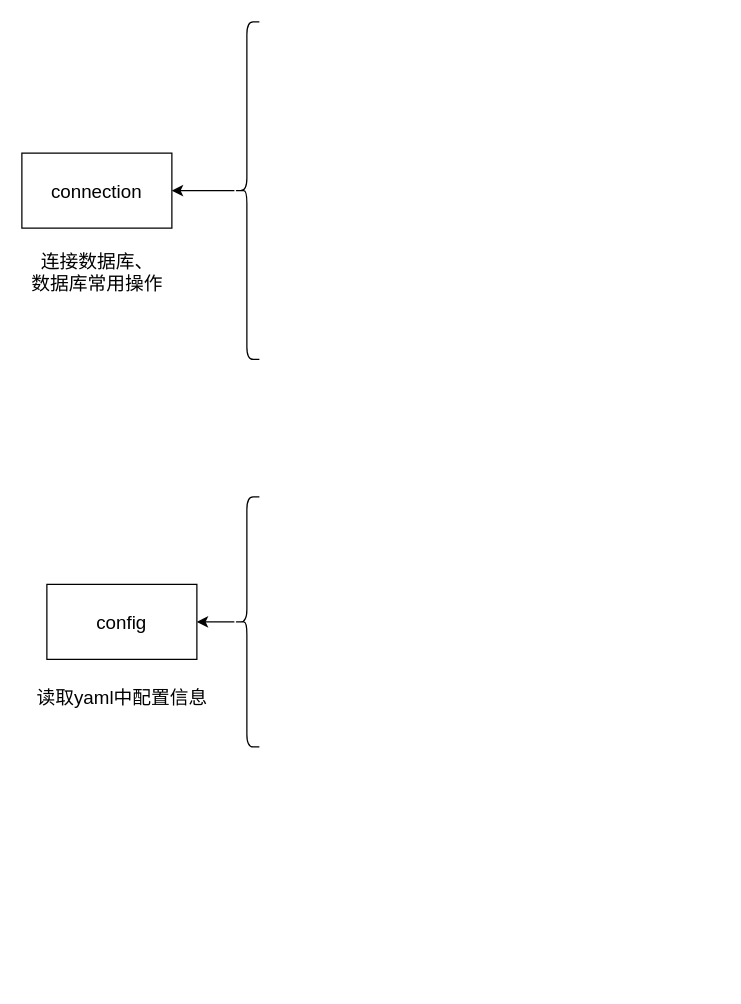
Before: Untitled Diagram.drawio in Jasmine-Lu/jasmine-L.github.io, a draw.io diagram. Source tidied: cells renumbered, new cells numbered last; positions are measured from the earlier drawing's top-left corner, leaving out a move shared by most shapes. Both pictures are drawn from the tidied source at 125%, with x=0, y=0 at pixel (21, 21).
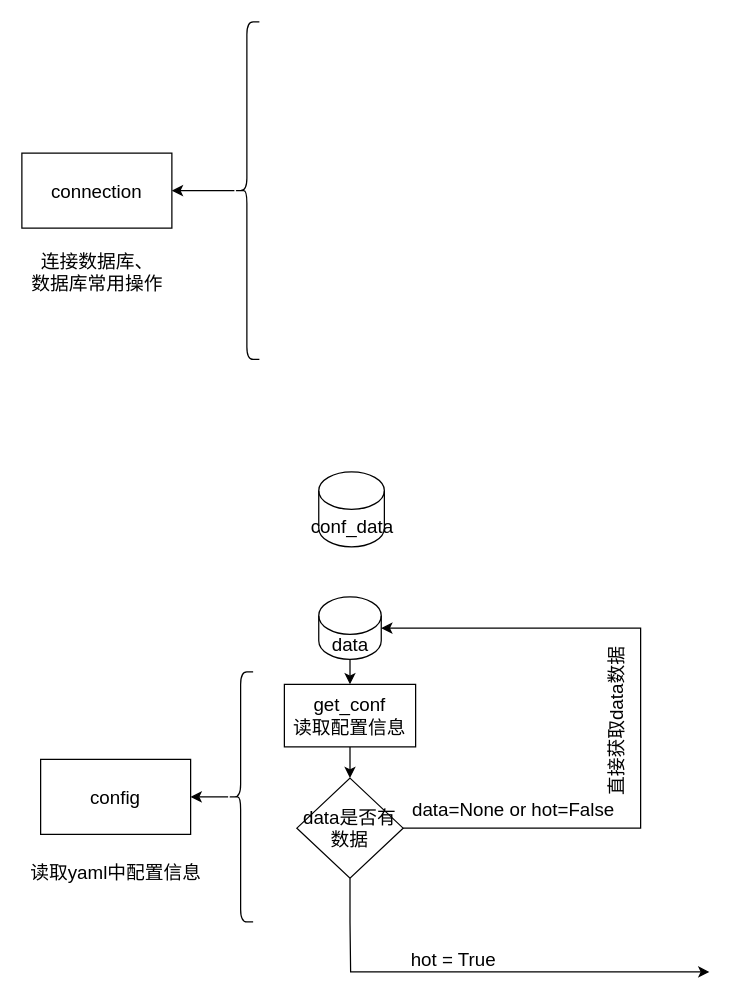
Above is the later version.

Diff of the diagram source:
```diff
@@
     <mxCell id="6" value="config" style="rounded=0;whiteSpace=wrap;html=1;fontSize=15;fontColor=none;" parent="1" vertex="1">
-      <mxGeometry x="20" y="450" width="120" height="60" as="geometry" />
+      <mxGeometry x="15" y="590" width="120" height="60" as="geometry" />
     </mxCell>
     <mxCell id="7" value="读取yaml中配置信息" style="text;html=1;align=center;verticalAlign=middle;strokeColor=none;fontSize=15;fontColor=none;" parent="1" vertex="1">
-      <mxGeometry x="5" y="530" width="150" height="20" as="geometry" />
+      <mxGeometry y="670" width="150" height="20" as="geometry" />
     </mxCell>
@@
     <mxCell id="9" style="shape=curlyBracket;whiteSpace=wrap;html=1;rounded=1;fontSize=15;fontColor=none;" parent="1" vertex="1">
-      <mxGeometry x="170" y="380" width="20" height="200" as="geometry" />
+      <mxGeometry x="165" y="520" width="20" height="200" as="geometry" />
     </mxCell>
+    <mxCell id="10" style="edgeStyle=orthogonalEdgeStyle;rounded=0;jettySize=auto;html=1;fontSize=15;fontColor=none;" parent="1" edge="1" source="11" target="16">
+      <mxGeometry relative="1" as="geometry" />
+    </mxCell>
+    <mxCell id="11" value="get_conf&lt;br&gt;读取配置信息" style="rounded=0;whiteSpace=wrap;html=1;fontSize=15;fontColor=none;" parent="1" vertex="1">
+      <mxGeometry x="210" y="530" width="105" height="50" as="geometry" />
+    </mxCell>
+    <mxCell id="12" style="edgeStyle=orthogonalEdgeStyle;rounded=0;jettySize=auto;html=1;fontSize=15;fontColor=none;" parent="1" edge="1" source="13" target="11">
+      <mxGeometry relative="1" as="geometry">
+        <Array as="points">
+          <mxPoint x="250" y="530" />
+          <mxPoint x="250" y="530" />
+        </Array>
+      </mxGeometry>
+    </mxCell>
+    <mxCell id="13" value="data" style="shape=cylinder3;whiteSpace=wrap;html=1;boundedLbl=1;backgroundOutline=1;size=15;fontSize=15;fontColor=none;" parent="1" vertex="1">
+      <mxGeometry x="237.5" y="460" width="50" height="50" as="geometry" />
+    </mxCell>
+    <mxCell id="14" style="edgeStyle=orthogonalEdgeStyle;rounded=0;jettySize=auto;html=1;fontSize=15;fontColor=none;" parent="1" edge="1" source="16">
+      <mxGeometry relative="1" as="geometry">
+        <mxPoint x="550" y="760" as="targetPoint" />
+        <Array as="points">
+          <mxPoint x="263" y="720" />
+          <mxPoint x="263" y="720" />
+          <mxPoint x="550" y="760" />
+        </Array>
+      </mxGeometry>
+    </mxCell>
+    <mxCell id="15" style="edgeStyle=orthogonalEdgeStyle;rounded=0;jettySize=auto;html=1;exitX=1;exitY=0.5;exitDx=0;exitDy=0;fontSize=15;fontColor=none;entryX=1;entryY=0.5;entryDx=0;entryDy=0;entryPerimeter=0;" parent="1" edge="1" source="16" target="13">
+      <mxGeometry relative="1" as="geometry">
+        <Array as="points">
+          <mxPoint x="495" y="645" />
+          <mxPoint x="495" y="485" />
+        </Array>
+      </mxGeometry>
+    </mxCell>
+    <mxCell id="16" value="data是否有数据" style="rhombus;whiteSpace=wrap;html=1;rounded=0;fontSize=15;fontColor=none;" parent="1" vertex="1">
+      <mxGeometry x="220" y="605" width="85" height="80" as="geometry" />
+    </mxCell>
+    <mxCell id="17" value="data=None or hot=False" style="text;html=1;align=center;verticalAlign=middle;strokeColor=none;fontSize=15;fontColor=none;" parent="1" vertex="1">
+      <mxGeometry x="302.5" y="620" width="180" height="20" as="geometry" />
+    </mxCell>
+    <mxCell id="18" value="直接获取data数据" style="text;html=1;align=center;verticalAlign=middle;strokeColor=none;fontSize=15;fontColor=none;horizontal=0;labelPosition=center;verticalLabelPosition=middle;" parent="1" vertex="1">
+      <mxGeometry x="410" y="550" width="130" height="20" as="geometry" />
+    </mxCell>
+    <mxCell id="19" value="conf_data" style="shape=cylinder3;whiteSpace=wrap;html=1;boundedLbl=1;backgroundOutline=1;size=15;fontSize=15;fontColor=none;" parent="1" vertex="1">
+      <mxGeometry x="237.5" y="360" width="52.5" height="60" as="geometry" />
+    </mxCell>
+    <mxCell id="20" value="hot = True" style="text;html=1;align=center;verticalAlign=middle;strokeColor=none;fontSize=15;fontColor=none;" parent="1" vertex="1">
+      <mxGeometry x="305" y="740" width="80" height="20" as="geometry" />
+    </mxCell>
```
